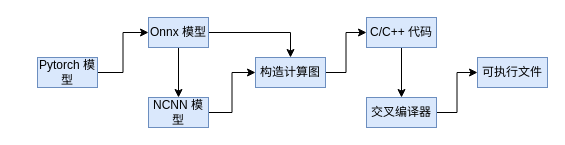
The draw.io diagram dl_compiler.drawio in foreignbill/drawio, before the edit. Source tidied: cells renumbered, new cells numbered last; positions are measured from the earlier drawing's top-left corner, leaving out a move shared by most shapes. Both pictures are drawn from the tidied source at 100%, with x=0, y=0 at pixel (37, 17).
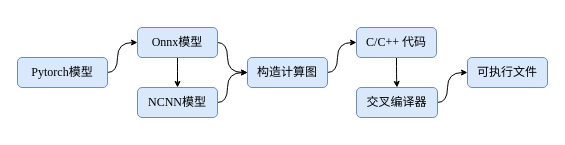
The same page after the edit.

Change to the diagram source:
```diff
@@
-    <mxCell id="2" style="edgeStyle=orthogonalEdgeStyle;rounded=0;jettySize=auto;html=1;exitX=1;exitY=0.5;exitDx=0;exitDy=0;entryX=0;entryY=0.5;entryDx=0;entryDy=0;" parent="1" edge="1" source="3" target="6">
-      <mxGeometry relative="1" as="geometry" />
+    <mxCell id="2" style="edgeStyle=orthogonalEdgeStyle;rounded=0;jettySize=auto;html=1;exitX=1;exitY=0.5;exitDx=0;exitDy=0;entryX=0;entryY=0.5;entryDx=0;entryDy=0;fontFamily=Times New Roman;startSize=4;endSize=4;curved=1;" parent="1" edge="1" source="3" target="6">
+      <mxGeometry relative="1" as="geometry">
+        <Array as="points">
+          <mxPoint x="80" y="55" />
+          <mxPoint x="80" y="25" />
+        </Array>
+      </mxGeometry>
     </mxCell>
-    <mxCell id="3" value="Pytorch 模型" style="rounded=0;whiteSpace=wrap;html=1;fillColor=#dae8fc;strokeColor=#6c8ebf;" parent="1" vertex="1">
-      <mxGeometry y="40" width="60" height="30" as="geometry" />
+    <mxCell id="3" value="Pytorch模型" style="rounded=1;whiteSpace=wrap;html=1;fillColor=#dae8fc;strokeColor=#6c8ebf;fontFamily=Times New Roman;" parent="1" vertex="1">
+      <mxGeometry x="-20" y="40" width="90" height="30" as="geometry" />
     </mxCell>
-    <mxCell id="4" style="edgeStyle=orthogonalEdgeStyle;rounded=0;jettySize=auto;html=1;exitX=0.5;exitY=1;exitDx=0;exitDy=0;entryX=0.5;entryY=0;entryDx=0;entryDy=0;" parent="1" edge="1" source="6" target="8">
+    <mxCell id="4" style="edgeStyle=orthogonalEdgeStyle;rounded=0;jettySize=auto;html=1;exitX=0.5;exitY=1;exitDx=0;exitDy=0;entryX=0.5;entryY=0;entryDx=0;entryDy=0;fontFamily=Times New Roman;startSize=4;endSize=4;curved=1;" parent="1" edge="1" source="6" target="8">
       <mxGeometry relative="1" as="geometry" />
     </mxCell>
-    <mxCell id="5" style="edgeStyle=orthogonalEdgeStyle;rounded=0;jettySize=auto;html=1;exitX=1;exitY=0.5;exitDx=0;exitDy=0;entryX=0.5;entryY=0;entryDx=0;entryDy=0;" parent="1" edge="1" source="6" target="15">
-      <mxGeometry relative="1" as="geometry" />
+    <mxCell id="5" style="edgeStyle=orthogonalEdgeStyle;curved=1;rounded=0;jettySize=auto;html=1;exitX=1;exitY=0.5;exitDx=0;exitDy=0;entryX=0;entryY=0.5;entryDx=0;entryDy=0;fontFamily=Times New Roman;fontSize=16;fontColor=default;startSize=4;endSize=4;" parent="1" edge="1" source="6" target="15">
+      <mxGeometry relative="1" as="geometry">
+        <Array as="points">
+          <mxPoint x="190" y="25" />
+          <mxPoint x="190" y="55" />
+        </Array>
+      </mxGeometry>
     </mxCell>
-    <mxCell id="6" value="Onnx 模型" style="rounded=0;whiteSpace=wrap;html=1;fillColor=#dae8fc;strokeColor=#6c8ebf;" parent="1" vertex="1">
-      <mxGeometry x="111" width="60" height="30" as="geometry" />
+    <mxCell id="6" value="Onnx模型" style="rounded=1;whiteSpace=wrap;html=1;fillColor=#dae8fc;strokeColor=#6c8ebf;fontFamily=Times New Roman;" parent="1" vertex="1">
+      <mxGeometry x="100" y="10" width="80" height="30" as="geometry" />
     </mxCell>
-    <mxCell id="7" style="edgeStyle=orthogonalEdgeStyle;rounded=0;jettySize=auto;html=1;exitX=1;exitY=0.5;exitDx=0;exitDy=0;entryX=0;entryY=0.5;entryDx=0;entryDy=0;" parent="1" edge="1" source="8" target="15">
-      <mxGeometry relative="1" as="geometry" />
+    <mxCell id="7" style="edgeStyle=orthogonalEdgeStyle;rounded=0;jettySize=auto;html=1;exitX=1;exitY=0.5;exitDx=0;exitDy=0;entryX=0;entryY=0.5;entryDx=0;entryDy=0;fontFamily=Times New Roman;startSize=4;endSize=4;curved=1;" parent="1" edge="1" source="8" target="15">
+      <mxGeometry relative="1" as="geometry">
+        <Array as="points">
+          <mxPoint x="190" y="85" />
+          <mxPoint x="190" y="55" />
+        </Array>
+      </mxGeometry>
     </mxCell>
-    <mxCell id="8" value="NCNN 模型" style="rounded=0;whiteSpace=wrap;html=1;fillColor=#dae8fc;strokeColor=#6c8ebf;" parent="1" vertex="1">
-      <mxGeometry x="111" y="80" width="60" height="30" as="geometry" />
+    <mxCell id="8" value="NCNN模型" style="rounded=1;whiteSpace=wrap;html=1;fillColor=#dae8fc;strokeColor=#6c8ebf;fontFamily=Times New Roman;" parent="1" vertex="1">
+      <mxGeometry x="100" y="70" width="80" height="30" as="geometry" />
     </mxCell>
-    <mxCell id="9" style="edgeStyle=orthogonalEdgeStyle;rounded=0;jettySize=auto;html=1;exitX=0.5;exitY=1;exitDx=0;exitDy=0;" parent="1" edge="1" source="10" target="13">
+    <mxCell id="9" style="edgeStyle=orthogonalEdgeStyle;rounded=0;jettySize=auto;html=1;exitX=0.5;exitY=1;exitDx=0;exitDy=0;fontFamily=Times New Roman;startSize=4;endSize=4;curved=1;" parent="1" edge="1" source="10" target="13">
       <mxGeometry relative="1" as="geometry" />
     </mxCell>
-    <mxCell id="10" value="C/C++ 代码" style="rounded=0;whiteSpace=wrap;html=1;fillColor=#dae8fc;strokeColor=#6c8ebf;" parent="1" vertex="1">
-      <mxGeometry x="329" width="70" height="30" as="geometry" />
+    <mxCell id="10" value="C/C++ 代码" style="rounded=1;whiteSpace=wrap;html=1;fillColor=#dae8fc;strokeColor=#6c8ebf;fontFamily=Times New Roman;" parent="1" vertex="1">
+      <mxGeometry x="319" y="10" width="80" height="30" as="geometry" />
     </mxCell>
-    <mxCell id="11" value="可执行文件" style="rounded=0;whiteSpace=wrap;html=1;fillColor=#dae8fc;strokeColor=#6c8ebf;" parent="1" vertex="1">
-      <mxGeometry x="440" y="40" width="70" height="30" as="geometry" />
+    <mxCell id="11" value="可执行文件" style="rounded=1;whiteSpace=wrap;html=1;fillColor=#dae8fc;strokeColor=#6c8ebf;fontFamily=Times New Roman;" parent="1" vertex="1">
+      <mxGeometry x="430" y="40" width="80" height="30" as="geometry" />
     </mxCell>
-    <mxCell id="12" style="edgeStyle=orthogonalEdgeStyle;rounded=0;jettySize=auto;html=1;entryX=0;entryY=0.5;entryDx=0;entryDy=0;" parent="1" edge="1" source="13" target="11">
-      <mxGeometry relative="1" as="geometry" />
+    <mxCell id="12" style="edgeStyle=orthogonalEdgeStyle;rounded=0;jettySize=auto;html=1;entryX=0;entryY=0.5;entryDx=0;entryDy=0;fontFamily=Times New Roman;startSize=4;endSize=4;curved=1;" parent="1" edge="1" source="13" target="11">
+      <mxGeometry relative="1" as="geometry">
+        <Array as="points">
+          <mxPoint x="410" y="85" />
+          <mxPoint x="410" y="55" />
+        </Array>
+      </mxGeometry>
     </mxCell>
-    <mxCell id="13" value="交叉编译器" style="rounded=0;whiteSpace=wrap;html=1;fillColor=#dae8fc;strokeColor=#6c8ebf;" parent="1" vertex="1">
-      <mxGeometry x="329" y="80" width="70" height="30" as="geometry" />
+    <mxCell id="13" value="交叉编译器" style="rounded=1;whiteSpace=wrap;html=1;fillColor=#dae8fc;strokeColor=#6c8ebf;fontFamily=Times New Roman;" parent="1" vertex="1">
+      <mxGeometry x="319" y="70" width="81" height="30" as="geometry" />
     </mxCell>
-    <mxCell id="14" style="edgeStyle=orthogonalEdgeStyle;rounded=0;jettySize=auto;html=1;exitX=1;exitY=0.5;exitDx=0;exitDy=0;entryX=0;entryY=0.5;entryDx=0;entryDy=0;" parent="1" edge="1" source="15" target="10">
-      <mxGeometry relative="1" as="geometry" />
+    <mxCell id="14" style="edgeStyle=orthogonalEdgeStyle;rounded=0;jettySize=auto;html=1;exitX=1;exitY=0.5;exitDx=0;exitDy=0;entryX=0;entryY=0.5;entryDx=0;entryDy=0;fontFamily=Times New Roman;startSize=4;endSize=4;curved=1;" parent="1" edge="1" source="15" target="10">
+      <mxGeometry relative="1" as="geometry">
+        <Array as="points">
+          <mxPoint x="300" y="55" />
+          <mxPoint x="300" y="25" />
+        </Array>
+      </mxGeometry>
     </mxCell>
-    <mxCell id="15" value="构造计算图" style="rounded=0;whiteSpace=wrap;html=1;fillColor=#dae8fc;strokeColor=#6c8ebf;" parent="1" vertex="1">
-      <mxGeometry x="218" y="40" width="70" height="30" as="geometry" />
+    <mxCell id="15" value="构造计算图" style="rounded=1;whiteSpace=wrap;html=1;fillColor=#dae8fc;strokeColor=#6c8ebf;fontFamily=Times New Roman;" parent="1" vertex="1">
+      <mxGeometry x="210" y="40" width="80" height="30" as="geometry" />
     </mxCell>
```
